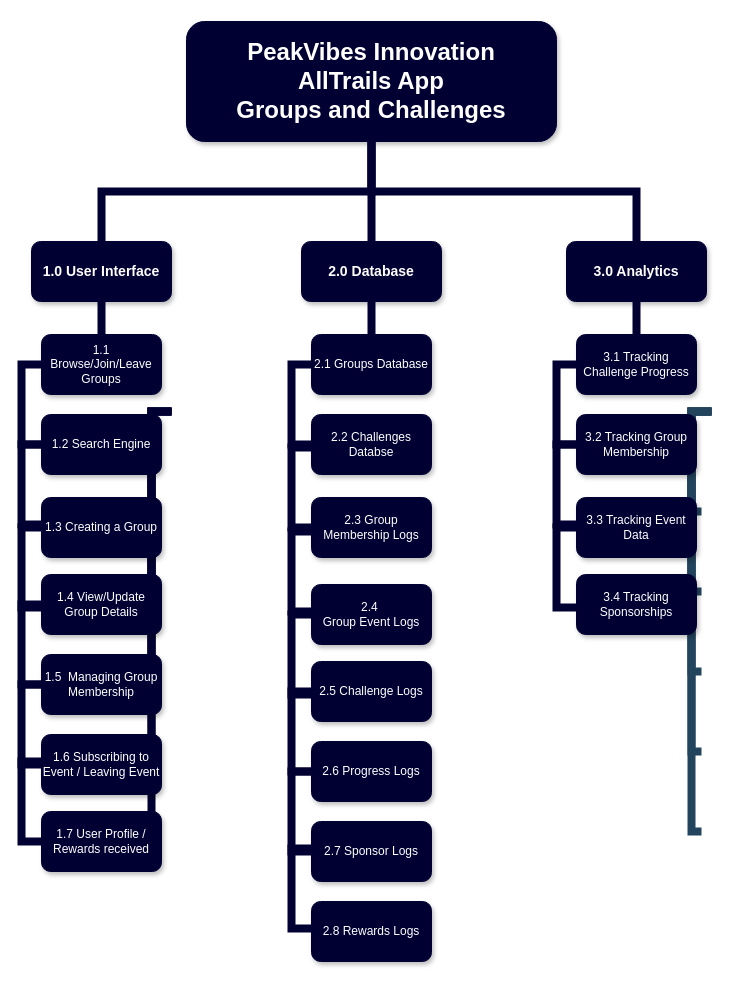
Before: WBS.drawio in Th3Gibst3r/IS-6640, a draw.io diagram. Source tidied: cells renumbered, new cells numbered last; positions are measured from the earlier drawing's top-left corner, leaving out a move shared by most shapes. Both pictures are drawn from the tidied source at 100%, with x=0, y=0 at pixel (21, 21).
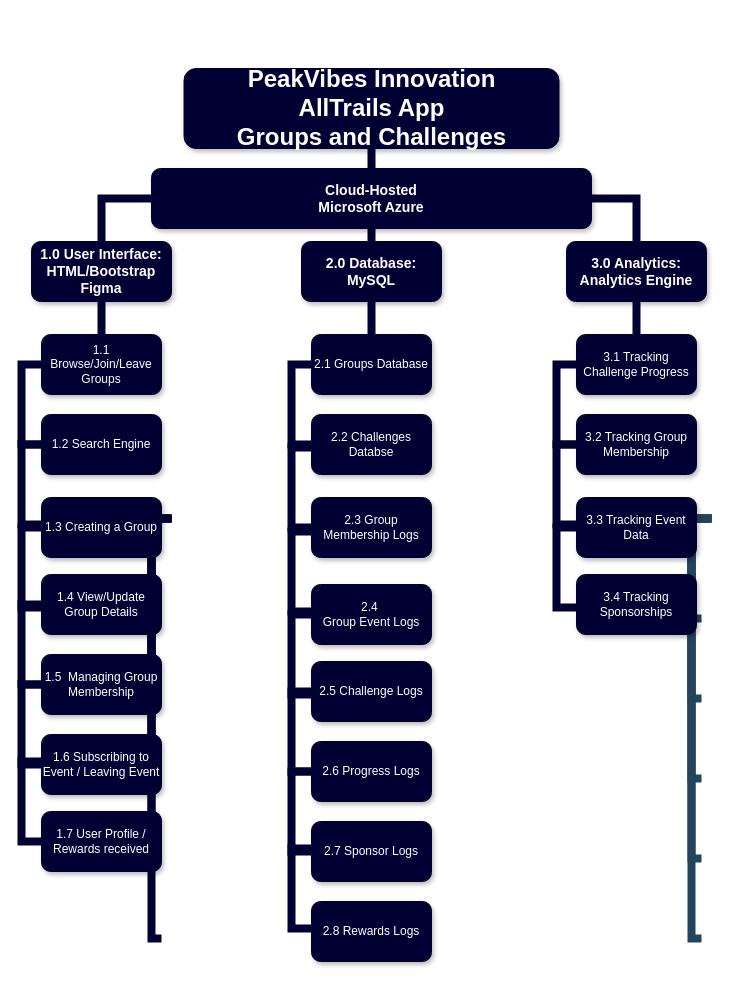
After the change.

Change to the diagram source:
```diff
@@
     <mxCell id="2" value="PeakVibes Innovation&#10;AllTrails App&#10;Groups and Challenges" style="whiteSpace=wrap;rounded=1;shadow=1;fillColor=#000033;strokeColor=#000033;fontColor=#FFFFFF;fontStyle=1;fontSize=24;" parent="1" vertex="1">
-      <mxGeometry x="165" width="370" height="120" as="geometry" />
+      <mxGeometry x="162.5" y="47" width="375" height="80" as="geometry" />
     </mxCell>
-    <mxCell id="3" value="1.0 User Interface" style="whiteSpace=wrap;rounded=1;fillColor=#000033;strokeColor=#000033;shadow=1;fontColor=#FFFFFF;fontStyle=1;fontSize=14;" parent="1" vertex="1">
+    <mxCell id="3" value="1.0 User Interface:&#10;HTML/Bootstrap&#10;Figma" style="whiteSpace=wrap;rounded=1;fillColor=#000033;strokeColor=#000033;shadow=1;fontColor=#FFFFFF;fontStyle=1;fontSize=14;" parent="1" vertex="1">
       <mxGeometry x="10" y="220" width="140" height="60" as="geometry" />
     </mxCell>
-    <mxCell id="4" value="2.0 Database" style="whiteSpace=wrap;rounded=1;fillColor=#000033;strokeColor=#000033;shadow=1;fontColor=#FFFFFF;fontStyle=1;fontSize=14;" parent="1" vertex="1">
+    <mxCell id="4" value="2.0 Database:&#10;MySQL" style="whiteSpace=wrap;rounded=1;fillColor=#000033;strokeColor=#000033;shadow=1;fontColor=#FFFFFF;fontStyle=1;fontSize=14;" parent="1" vertex="1">
       <mxGeometry x="280" y="220" width="140" height="60" as="geometry" />
     </mxCell>
@@
     <mxCell id="8" style="edgeStyle=elbowEdgeStyle;elbow=horizontal;rounded=0;fontColor=#000000;endArrow=none;endFill=0;strokeWidth=8;strokeColor=#000033;fillColor=#000033;" parent="1" edge="1">
       <mxGeometry relative="1" as="geometry">
-        <mxPoint x="150" y="390" as="sourcePoint" />
-        <mxPoint x="140" y="570" as="targetPoint" />
+        <mxPoint x="150" y="497" as="sourcePoint" />
+        <mxPoint x="140" y="677" as="targetPoint" />
         <Array as="points">
-          <mxPoint x="130" y="480" />
+          <mxPoint x="130" y="587" />
         </Array>
       </mxGeometry>
     </mxCell>
     <mxCell id="9" style="edgeStyle=elbowEdgeStyle;elbow=horizontal;rounded=0;fontColor=#000000;endArrow=none;endFill=0;strokeWidth=8;strokeColor=#000033;fillColor=#000033;" parent="1" edge="1">
       <mxGeometry relative="1" as="geometry">
-        <mxPoint x="150" y="390" as="sourcePoint" />
-        <mxPoint x="140" y="810" as="targetPoint" />
+        <mxPoint x="150" y="497" as="sourcePoint" />
+        <mxPoint x="140" y="917" as="targetPoint" />
         <Array as="points">
-          <mxPoint x="130" y="600" />
+          <mxPoint x="130" y="707" />
         </Array>
       </mxGeometry>
     </mxCell>
     <mxCell id="10" style="edgeStyle=elbowEdgeStyle;elbow=horizontal;rounded=0;fontColor=#000000;endArrow=none;endFill=0;strokeWidth=8;strokeColor=#000033;fillColor=#000033;" parent="1" edge="1">
       <mxGeometry relative="1" as="geometry">
-        <mxPoint x="150" y="390" as="sourcePoint" />
-        <mxPoint x="140" y="730" as="targetPoint" />
+        <mxPoint x="150" y="497" as="sourcePoint" />
+        <mxPoint x="140" y="837" as="targetPoint" />
         <Array as="points">
-          <mxPoint x="130" y="560" />
+          <mxPoint x="130" y="667" />
         </Array>
       </mxGeometry>
     </mxCell>
     <mxCell id="11" style="edgeStyle=elbowEdgeStyle;elbow=horizontal;rounded=0;fontColor=#000000;endArrow=none;endFill=0;strokeWidth=8;strokeColor=#000033;fillColor=#000033;" parent="1" edge="1">
       <mxGeometry relative="1" as="geometry">
-        <mxPoint x="150" y="390" as="sourcePoint" />
-        <mxPoint x="140" y="650" as="targetPoint" />
+        <mxPoint x="150" y="497" as="sourcePoint" />
+        <mxPoint x="140" y="757" as="targetPoint" />
         <Array as="points">
-          <mxPoint x="130" y="520" />
+          <mxPoint x="130" y="627" />
         </Array>
       </mxGeometry>
     </mxCell>
@@
     <mxCell id="13" style="edgeStyle=elbowEdgeStyle;elbow=horizontal;rounded=0;fontColor=#000000;endArrow=none;endFill=0;strokeWidth=8;strokeColor=#23445D;" parent="1" edge="1">
       <mxGeometry relative="1" as="geometry">
-        <mxPoint x="690" y="390" as="sourcePoint" />
-        <mxPoint x="680" y="490" as="targetPoint" />
+        <mxPoint x="690" y="497" as="sourcePoint" />
+        <mxPoint x="680" y="597" as="targetPoint" />
         <Array as="points">
-          <mxPoint x="670" y="440" />
+          <mxPoint x="670" y="547" />
         </Array>
       </mxGeometry>
     </mxCell>
     <mxCell id="14" style="edgeStyle=elbowEdgeStyle;elbow=horizontal;rounded=0;fontColor=#000000;endArrow=none;endFill=0;strokeWidth=8;strokeColor=#23445D;" parent="1" edge="1">
       <mxGeometry relative="1" as="geometry">
-        <mxPoint x="690" y="390" as="sourcePoint" />
-        <mxPoint x="680" y="570" as="targetPoint" />
+        <mxPoint x="690" y="497" as="sourcePoint" />
+        <mxPoint x="680" y="677" as="targetPoint" />
         <Array as="points">
-          <mxPoint x="670" y="480" />
+          <mxPoint x="670" y="587" />
         </Array>
       </mxGeometry>
     </mxCell>
     <mxCell id="15" style="edgeStyle=elbowEdgeStyle;elbow=horizontal;rounded=0;fontColor=#000000;endArrow=none;endFill=0;strokeWidth=8;strokeColor=#23445D;" parent="1" edge="1">
       <mxGeometry relative="1" as="geometry">
-        <mxPoint x="690" y="390" as="sourcePoint" />
-        <mxPoint x="680" y="810" as="targetPoint" />
+        <mxPoint x="690" y="497" as="sourcePoint" />
+        <mxPoint x="680" y="917" as="targetPoint" />
         <Array as="points">
-          <mxPoint x="670" y="610" />
+          <mxPoint x="670" y="717" />
         </Array>
       </mxGeometry>
     </mxCell>
     <mxCell id="16" style="edgeStyle=elbowEdgeStyle;elbow=horizontal;rounded=0;fontColor=#000000;endArrow=none;endFill=0;strokeWidth=8;strokeColor=#23445D;" parent="1" edge="1">
       <mxGeometry relative="1" as="geometry">
-        <mxPoint x="690" y="390" as="sourcePoint" />
-        <mxPoint x="680" y="730" as="targetPoint" />
+        <mxPoint x="690" y="497" as="sourcePoint" />
+        <mxPoint x="680" y="837" as="targetPoint" />
         <Array as="points">
-          <mxPoint x="670" y="560" />
+          <mxPoint x="670" y="667" />
         </Array>
       </mxGeometry>
     </mxCell>
     <mxCell id="17" style="edgeStyle=elbowEdgeStyle;elbow=horizontal;rounded=0;fontColor=#000000;endArrow=none;endFill=0;strokeWidth=8;strokeColor=#23445D;" parent="1" edge="1">
       <mxGeometry relative="1" as="geometry">
-        <mxPoint x="690" y="390" as="sourcePoint" />
-        <mxPoint x="680" y="650" as="targetPoint" />
+        <mxPoint x="690" y="497" as="sourcePoint" />
+        <mxPoint x="680" y="757" as="targetPoint" />
         <Array as="points">
-          <mxPoint x="670" y="530" />
+          <mxPoint x="670" y="637" />
         </Array>
       </mxGeometry>
     </mxCell>
-    <mxCell id="18" style="edgeStyle=elbowEdgeStyle;elbow=vertical;rounded=0;fontColor=#000000;endArrow=none;endFill=0;strokeWidth=8;strokeColor=#000033;fillColor=#000033;" parent="1" edge="1" source="2" target="3">
-      <mxGeometry relative="1" as="geometry" />
+    <mxCell id="18" style="edgeStyle=elbowEdgeStyle;elbow=vertical;rounded=0;fontColor=#000000;endArrow=none;endFill=0;strokeWidth=8;strokeColor=#000033;fillColor=#000033;exitX=0;exitY=0.5;exitDx=0;exitDy=0;" parent="1" edge="1" source="56" target="3">
+      <mxGeometry relative="1" as="geometry">
+        <Array as="points">
+          <mxPoint x="170" y="177" />
+        </Array>
+      </mxGeometry>
     </mxCell>
@@
-    <mxCell id="42" value="3.0 Analytics" style="whiteSpace=wrap;rounded=1;fillColor=#000033;strokeColor=#000033;shadow=1;fontColor=#FFFFFF;fontStyle=1;fontSize=14;" parent="1" vertex="1">
+    <mxCell id="42" value="3.0 Analytics:&#10;Analytics Engine" style="whiteSpace=wrap;rounded=1;fillColor=#000033;strokeColor=#000033;shadow=1;fontColor=#FFFFFF;fontStyle=1;fontSize=14;" parent="1" vertex="1">
       <mxGeometry x="545" y="220" width="140" height="60" as="geometry" />
     </mxCell>
@@
-    <mxCell id="51" style="edgeStyle=elbowEdgeStyle;elbow=vertical;rounded=0;fontColor=#000000;endArrow=none;endFill=0;strokeWidth=8;strokeColor=#000033;fillColor=#000033;exitX=0.5;exitY=0;exitDx=0;exitDy=0;entryX=0.5;entryY=1;entryDx=0;entryDy=0;" parent="1" edge="1" source="42" target="2">
-      <mxGeometry relative="1" as="geometry" />
+    <mxCell id="51" style="edgeStyle=elbowEdgeStyle;elbow=vertical;rounded=0;fontColor=#000000;endArrow=none;endFill=0;strokeWidth=8;strokeColor=#000033;fillColor=#000033;exitX=0.5;exitY=0;exitDx=0;exitDy=0;entryX=1;entryY=0.5;entryDx=0;entryDy=0;" parent="1" edge="1" source="42" target="56">
+      <mxGeometry relative="1" as="geometry">
+        <Array as="points">
+          <mxPoint x="510" y="177" />
+        </Array>
+      </mxGeometry>
     </mxCell>
@@
+    <mxCell id="56" value="Cloud-Hosted&#10;Microsoft Azure" style="whiteSpace=wrap;rounded=1;fillColor=#000033;strokeColor=#000033;shadow=1;fontColor=#FFFFFF;fontStyle=1;fontSize=14;" parent="1" vertex="1">
+      <mxGeometry x="130" y="147" width="440" height="60" as="geometry" />
+    </mxCell>
```
